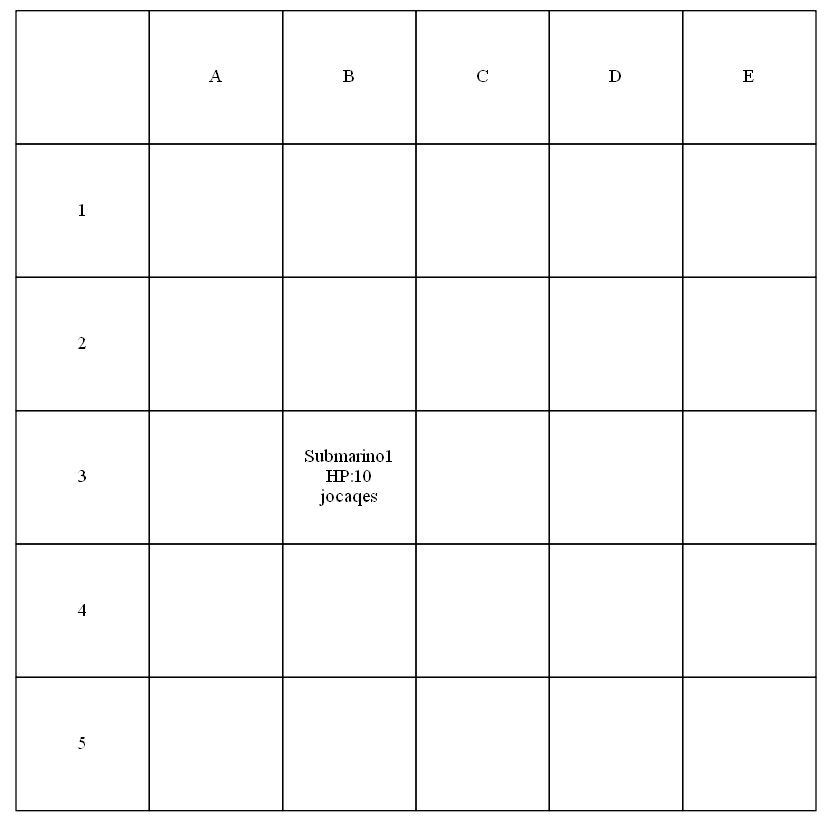
Above: Proyecto_fase2/WSnaval_wars/ClienteAdmin/Imagenes/tablero_submarinos.png in jocaqes/EDD_201212921 (Graphviz), before the change. Its source is kept beside it as Proyecto_fase2/WSnaval_wars/WSnaval_wars/Dots/tablero_submarinos.dot.
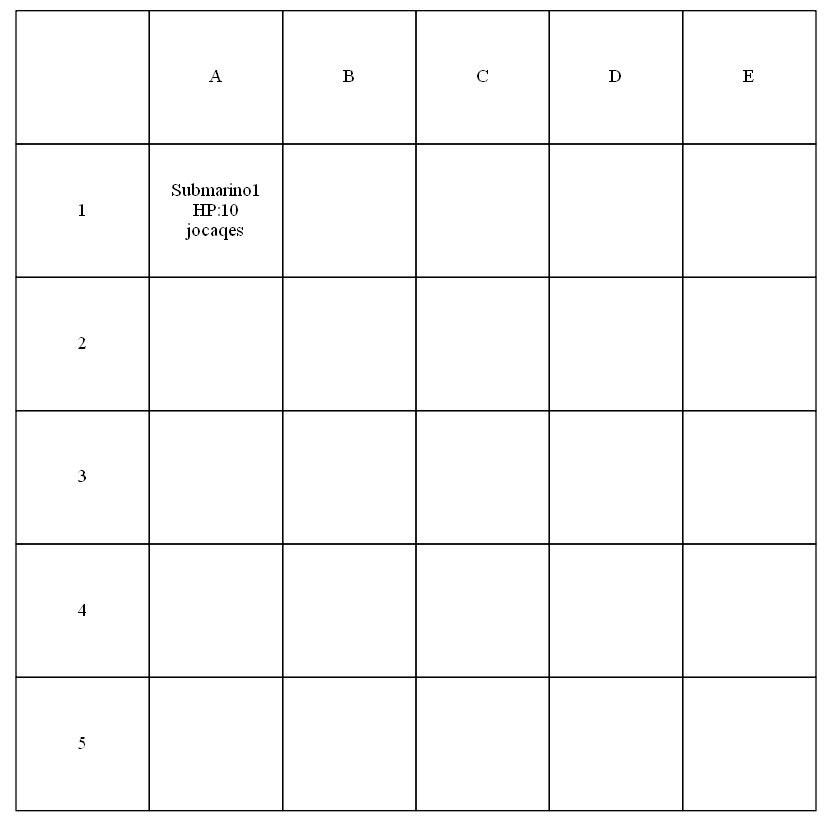
After the change.

What changed in the source:
```diff
@@ -10,7 +10,7 @@
 </TR>
 <TR>
 <TD width="100" height="100" fixedsize="true">1</TD>
-<TD width="100" height="100" fixedsize="true"></TD>
+<TD width="100" height="100" fixedsize="true">Submarino1<br/>HP:10<br/>jocaqes</TD>
 <TD width="100" height="100" fixedsize="true"></TD>
 <TD width="100" height="100" fixedsize="true"></TD>
 <TD width="100" height="100" fixedsize="true"></TD>
@@ -25,7 +25,7 @@
 </TR><TR>
 <TD width="100" height="100" fixedsize="true">3</TD>
 <TD width="100" height="100" fixedsize="true"></TD>
-<TD width="100" height="100" fixedsize="true">Submarino1<br/>HP:10<br/>jocaqes</TD>
+<TD width="100" height="100" fixedsize="true"></TD>
 <TD width="100" height="100" fixedsize="true"></TD>
 <TD width="100" height="100" fixedsize="true"></TD>
 <TD width="100" height="100" fixedsize="true"></TD>
```
